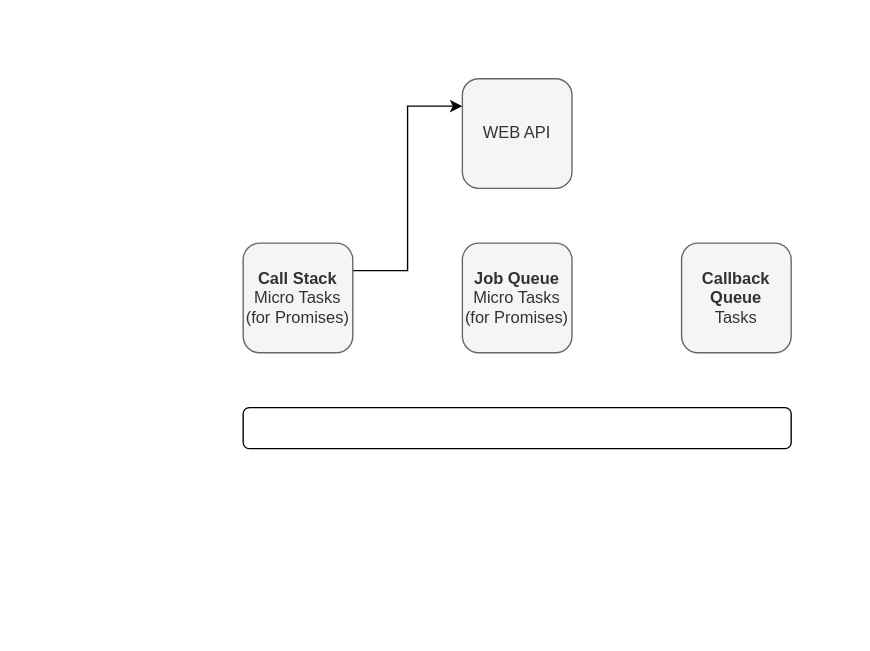
aste/diagrams keeps this draw.io diagram as JsEventLoopV8.drawio. Above is the earlier version. Source tidied: cells renumbered, new cells numbered last; positions are measured from the earlier drawing's top-left corner, leaving out a move shared by most shapes. Both pictures are drawn from the tidied source at 137%, with x=0, y=0 at pixel (242, 78).
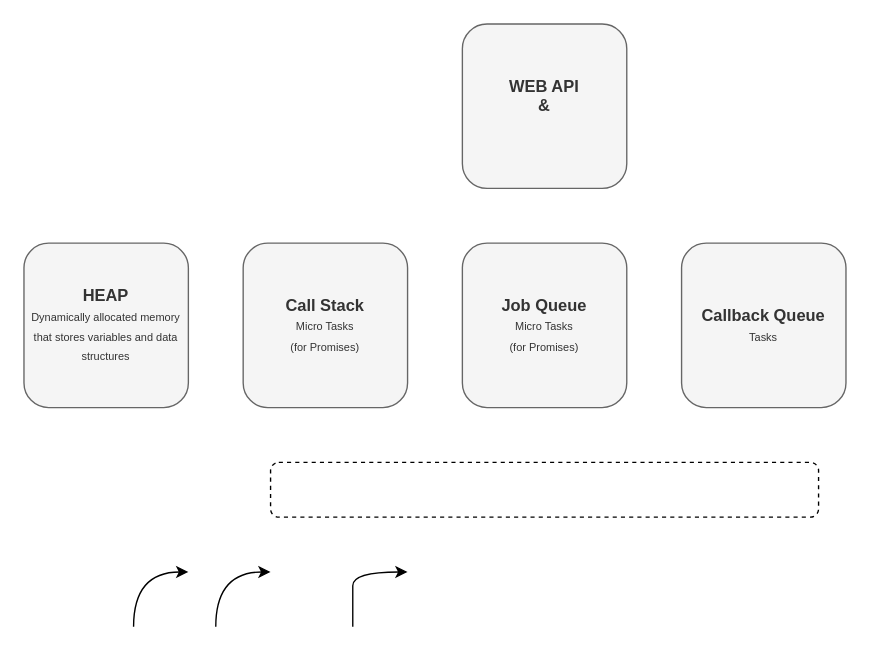
Above is the later version.

The edit, as a diff of the source:
```diff
@@
 <mxGraphModel>
   <root>
     <mxCell id="0" />
     <mxCell id="1" parent="0" />
-    <mxCell id="2" style="edgeStyle=orthogonalEdgeStyle;rounded=0;jettySize=auto;html=1;exitX=1;exitY=0.25;exitDx=0;exitDy=0;entryX=0;entryY=0.25;entryDx=0;entryDy=0;" parent="1" edge="1" source="3" target="6">
-      <mxGeometry relative="1" as="geometry" />
-    </mxCell>
-    <mxCell id="3" value="&lt;b style=&quot;border-color: var(--border-color);&quot;&gt;Call Stack&lt;/b&gt;&lt;br style=&quot;border-color: var(--border-color);&quot;&gt;Micro Tasks&lt;br style=&quot;border-color: var(--border-color);&quot;&gt;(for Promises)" style="rounded=1;whiteSpace=wrap;html=1;fillColor=#f5f5f5;strokeColor=#666666;fontColor=#333333;flipH=0;" parent="1" vertex="1">
-      <mxGeometry y="120" width="80" height="80" as="geometry" />
-    </mxCell>
-    <mxCell id="4" value="&lt;b&gt;Job Queue&lt;/b&gt;&lt;br&gt;Micro Tasks&lt;br&gt;(for Promises)" style="rounded=1;whiteSpace=wrap;html=1;fillColor=#f5f5f5;strokeColor=#666666;fontColor=#333333;flipH=0;" parent="1" vertex="1">
-      <mxGeometry x="160" y="120" width="80" height="80" as="geometry" />
+    <mxCell id="4" value="&lt;font style=&quot;&quot;&gt;&lt;b style=&quot;&quot;&gt;&lt;font style=&quot;font-size: 12px;&quot;&gt;Job Queue&lt;/font&gt;&lt;/b&gt;&lt;br&gt;&lt;span style=&quot;font-size: 8px;&quot;&gt;Micro Tasks&lt;/span&gt;&lt;br&gt;&lt;span style=&quot;font-size: 8px;&quot;&gt;(for Promises)&lt;/span&gt;&lt;/font&gt;" style="rounded=1;whiteSpace=wrap;html=1;fillColor=#f5f5f5;strokeColor=#666666;fontColor=#333333;flipH=0;" parent="1" vertex="1">
+      <mxGeometry x="160" y="120" width="120" height="120" as="geometry" />
     </mxCell>
-    <mxCell id="5" value="&lt;b style=&quot;border-color: var(--border-color);&quot;&gt;Callback Queue&lt;/b&gt;&lt;br style=&quot;border-color: var(--border-color);&quot;&gt;Tasks" style="rounded=1;whiteSpace=wrap;html=1;fillColor=#f5f5f5;strokeColor=#666666;fontColor=#333333;flipH=0;" parent="1" vertex="1">
-      <mxGeometry x="320" y="120" width="80" height="80" as="geometry" />
+    <mxCell id="5" value="&lt;font style=&quot;&quot;&gt;&lt;b style=&quot;border-color: var(--border-color);&quot;&gt;&lt;font style=&quot;font-size: 12px;&quot;&gt;Callback Queue&lt;/font&gt;&lt;/b&gt;&lt;br style=&quot;border-color: var(--border-color);&quot;&gt;&lt;span style=&quot;font-size: 8px;&quot;&gt;Tasks&lt;/span&gt;&lt;/font&gt;" style="rounded=1;whiteSpace=wrap;html=1;fillColor=#f5f5f5;strokeColor=#666666;fontColor=#333333;flipH=0;" parent="1" vertex="1">
+      <mxGeometry x="320" y="120" width="120" height="120" as="geometry" />
     </mxCell>
-    <mxCell id="6" value="WEB API" style="rounded=1;whiteSpace=wrap;html=1;fillColor=#f5f5f5;strokeColor=#666666;fontColor=#333333;" parent="1" vertex="1">
-      <mxGeometry x="160" width="80" height="80" as="geometry" />
+    <mxCell id="6" value="&lt;b style=&quot;&quot;&gt;WEB API&lt;br&gt;&amp;amp;&lt;br&gt;&lt;br&gt;&lt;/b&gt;" style="rounded=1;whiteSpace=wrap;html=1;fillColor=#f5f5f5;strokeColor=#666666;fontColor=#333333;" parent="1" vertex="1">
+      <mxGeometry x="160" y="-40" width="120" height="120" as="geometry" />
     </mxCell>
-    <mxCell id="7" style="rounded=1;whiteSpace=wrap;html=1;fillColor=none;" parent="1" vertex="1">
-      <mxGeometry y="240" width="400" height="30" as="geometry" />
+    <mxCell id="7" style="rounded=1;whiteSpace=wrap;html=1;fillColor=none;shadow=0;glass=0;dashed=1;" parent="1" vertex="1">
+      <mxGeometry x="20" y="280" width="400" height="40" as="geometry" />
     </mxCell>
+    <mxCell id="3" value="&lt;font style=&quot;&quot;&gt;&lt;b style=&quot;border-color: var(--border-color);&quot;&gt;&lt;font style=&quot;font-size: 12px;&quot;&gt;Call Stack&lt;/font&gt;&lt;/b&gt;&lt;br style=&quot;border-color: var(--border-color);&quot;&gt;&lt;span style=&quot;font-size: 8px;&quot;&gt;Micro Tasks&lt;/span&gt;&lt;br style=&quot;border-color: var(--border-color);&quot;&gt;&lt;span style=&quot;font-size: 8px;&quot;&gt;(for Promises)&lt;/span&gt;&lt;/font&gt;" style="rounded=1;whiteSpace=wrap;html=1;fillColor=#f5f5f5;strokeColor=#666666;fontColor=#333333;flipH=0;" parent="1" vertex="1">
+      <mxGeometry y="120" width="120" height="120" as="geometry" />
+    </mxCell>
+    <mxCell id="8" value="&lt;font style=&quot;&quot;&gt;&lt;b style=&quot;border-color: var(--border-color);&quot;&gt;&lt;font style=&quot;font-size: 12px;&quot;&gt;HEAP&lt;/font&gt;&lt;/b&gt;&lt;br style=&quot;border-color: var(--border-color);&quot;&gt;&lt;span style=&quot;font-size: 8px;&quot;&gt;Dynamically allocated memory that stores variables and data structures&lt;/span&gt;&lt;/font&gt;" style="rounded=1;whiteSpace=wrap;html=1;fillColor=#f5f5f5;strokeColor=#666666;fontColor=#333333;flipH=0;" parent="1" vertex="1">
+      <mxGeometry x="-160" y="120" width="120" height="120" as="geometry" />
+    </mxCell>
+    <mxCell id="9" style="endArrow=classic;html=1;curved=1;endFill=1;" parent="1" edge="1">
+      <mxGeometry relative="1" as="geometry">
+        <mxPoint x="80" y="400" as="sourcePoint" />
+        <mxPoint x="120" y="360" as="targetPoint" />
+        <Array as="points">
+          <mxPoint x="80" y="380" />
+          <mxPoint x="80" y="360" />
+        </Array>
+      </mxGeometry>
+    </mxCell>
+    <mxCell id="10" style="endArrow=classic;html=1;curved=1;" parent="1" edge="1">
+      <mxGeometry relative="1" as="geometry">
+        <mxPoint x="-80" y="400" as="sourcePoint" />
+        <mxPoint x="-40" y="360" as="targetPoint" />
+        <Array as="points">
+          <mxPoint x="-80" y="360" />
+        </Array>
+      </mxGeometry>
+    </mxCell>
+    <mxCell id="11" style="endArrow=classic;html=1;curved=1;" parent="1" edge="1">
+      <mxGeometry relative="1" as="geometry">
+        <mxPoint x="-20" y="400" as="sourcePoint" />
+        <mxPoint x="20" y="360" as="targetPoint" />
+        <Array as="points">
+          <mxPoint x="-20" y="360" />
+        </Array>
+      </mxGeometry>
+    </mxCell>
   </root>
 </mxGraphModel>
```
